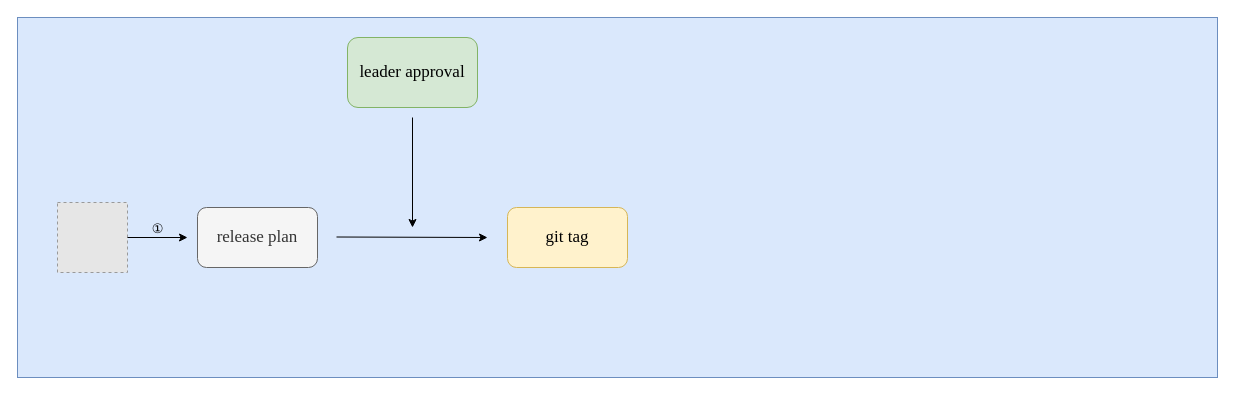
Before: configs-infra-cd.drawio in YanshanSong/draw.io, a draw.io diagram. Source tidied: cells renumbered, new cells numbered last; positions are measured from the earlier drawing's top-left corner, leaving out a move shared by most shapes. Both pictures are drawn from the tidied source at 100%, with x=0, y=0 at pixel (17, 17). Pictures stored in the file or linked from it are replaced by grey dashed boxes.
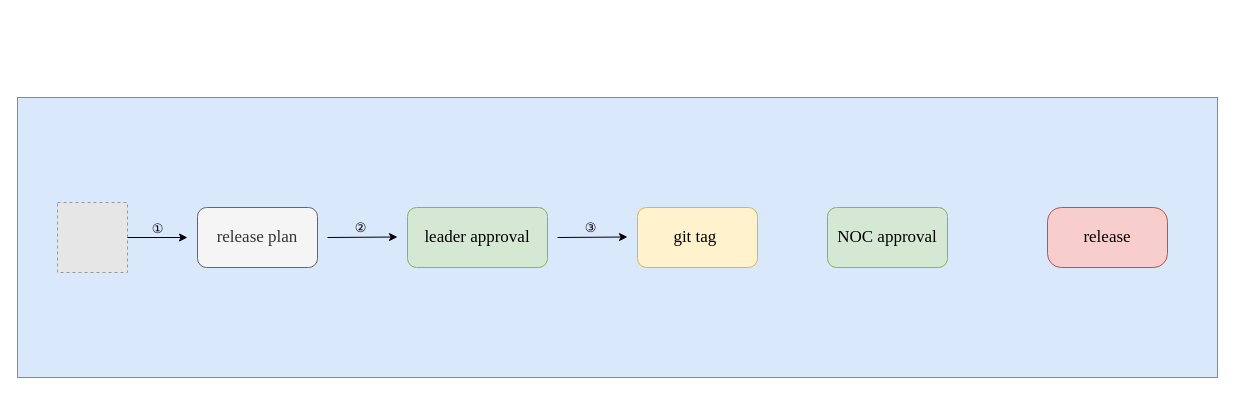
The same diagram, later.

The edit, as a diff of the source:
```diff
@@
 <mxGraphModel>
   <root>
     <mxCell id="0" />
     <mxCell id="1" parent="0" />
     <mxCell id="2" style="rounded=0;whiteSpace=wrap;html=1;fillColor=#dae8fc;strokeColor=#6c8ebf;fontFamily=Times New Roman;" parent="1" vertex="1">
-      <mxGeometry width="1200" height="360" as="geometry" />
+      <mxGeometry y="80" width="1200" height="280" as="geometry" />
     </mxCell>
     <mxCell id="3" style="fillColor=#E6E6E6;strokeColor=#999999;dashed=1;verticalLabelPosition=bottom;labelBackgroundColor=default;verticalAlign=top;fontFamily=Times New Roman;" parent="1" vertex="1">
       <mxGeometry x="40" y="185" width="70" height="70" as="geometry" />
     </mxCell>
     <mxCell id="4" value="release plan" style="rounded=1;whiteSpace=wrap;html=1;fillColor=#f5f5f5;strokeColor=#666666;fontFamily=Times New Roman;fontSize=17;fontColor=#333333;" parent="1" vertex="1">
       <mxGeometry x="180" y="190" width="120" height="60" as="geometry" />
     </mxCell>
     <mxCell id="5" style="endArrow=classic;html=1;rounded=0;exitX=1;exitY=0.5;exitDx=0;exitDy=0;fontFamily=Times New Roman;" parent="1" edge="1">
       <mxGeometry relative="1" as="geometry">
         <mxPoint x="110" y="220" as="sourcePoint" />
         <mxPoint x="170" y="220" as="targetPoint" />
       </mxGeometry>
     </mxCell>
     <mxCell id="6" value="①" style="edgeLabel;html=1;align=center;verticalAlign=middle;labelBackgroundColor=none;fontFamily=Times New Roman;fontSize=13;" parent="5" vertex="1">
       <mxGeometry x="-0.3" y="4" relative="1" as="geometry">
         <mxPoint x="8" y="-6" as="offset" />
       </mxGeometry>
     </mxCell>
+    <mxCell id="10" value="leader approval" style="rounded=1;whiteSpace=wrap;html=1;fillColor=#d5e8d4;strokeColor=#82b366;fontFamily=Times New Roman;fontSize=17;" parent="1" vertex="1">
+      <mxGeometry x="390" y="190" width="140" height="60" as="geometry" />
+    </mxCell>
-    <mxCell id="7" value="git tag" style="rounded=1;whiteSpace=wrap;html=1;fillColor=#fff2cc;strokeColor=#d6b656;fontFamily=Times New Roman;fontSize=17;" parent="1" vertex="1">
-      <mxGeometry x="490" y="190" width="120" height="60" as="geometry" />
+    <mxCell id="7" value="git tag&amp;nbsp;" style="rounded=1;whiteSpace=wrap;html=1;fillColor=#fff2cc;strokeColor=#d6b656;fontFamily=Times New Roman;fontSize=17;" parent="1" vertex="1">
+      <mxGeometry x="620" y="190" width="120" height="60" as="geometry" />
     </mxCell>
-    <mxCell id="8" style="endArrow=classic;html=1;rounded=0;exitX=1;exitY=0.5;exitDx=0;exitDy=0;fontFamily=Times New Roman;" parent="1" edge="1">
-      <mxGeometry relative="1" as="geometry">
-        <mxPoint x="319" y="219.5" as="sourcePoint" />
-        <mxPoint x="470" y="220" as="targetPoint" />
-      </mxGeometry>
-    </mxCell>
-    <mxCell id="9" style="edgeStyle=orthogonalEdgeStyle;rounded=0;orthogonalLoop=1;jettySize=auto;html=1;fontFamily=Times New Roman;" parent="1" edge="1">
-      <mxGeometry relative="1" as="geometry">
-        <mxPoint x="395" y="100" as="sourcePoint" />
-        <mxPoint x="395" y="210" as="targetPoint" />
-      </mxGeometry>
-    </mxCell>
-    <mxCell id="10" value="leader&amp;nbsp;approval" style="rounded=1;whiteSpace=wrap;html=1;fillColor=#d5e8d4;strokeColor=#82b366;fontSize=17;fontFamily=Times New Roman;" parent="1" vertex="1">
-      <mxGeometry x="330" y="20" width="130" height="70" as="geometry" />
-    </mxCell>
+    <mxCell id="11" value="NOC approval" style="rounded=1;whiteSpace=wrap;html=1;fillColor=#d5e8d4;strokeColor=#82b366;fontFamily=Times New Roman;fontSize=17;" parent="1" vertex="1">
+      <mxGeometry x="810" y="190" width="120" height="60" as="geometry" />
+    </mxCell>
+    <mxCell id="12" value="release" style="rounded=1;whiteSpace=wrap;html=1;fillColor=#f8cecc;strokeColor=#b85450;fontFamily=Times New Roman;fontSize=17;arcSize=23;" parent="1" vertex="1">
+      <mxGeometry x="1030" y="190" width="120" height="60" as="geometry" />
+    </mxCell>
+    <mxCell id="13" style="endArrow=classic;html=1;rounded=0;fontFamily=Times New Roman;" parent="1" edge="1">
+      <mxGeometry relative="1" as="geometry">
+        <mxPoint x="310" y="220" as="sourcePoint" />
+        <mxPoint x="380" y="219.5" as="targetPoint" />
+      </mxGeometry>
+    </mxCell>
+    <mxCell id="14" value="②" style="edgeLabel;html=1;align=center;verticalAlign=middle;labelBackgroundColor=none;fontFamily=Times New Roman;fontSize=13;" parent="13" vertex="1">
+      <mxGeometry x="-0.3" y="4" relative="1" as="geometry">
+        <mxPoint x="8" y="-6" as="offset" />
+      </mxGeometry>
+    </mxCell>
+    <mxCell id="15" style="endArrow=classic;html=1;rounded=0;fontFamily=Times New Roman;" parent="1" edge="1">
+      <mxGeometry relative="1" as="geometry">
+        <mxPoint x="540" y="220" as="sourcePoint" />
+        <mxPoint x="610" y="219.5" as="targetPoint" />
+      </mxGeometry>
+    </mxCell>
+    <mxCell id="16" value="③" style="edgeLabel;html=1;align=center;verticalAlign=middle;labelBackgroundColor=none;fontFamily=Times New Roman;fontSize=13;" parent="15" vertex="1">
+      <mxGeometry x="-0.3" y="4" relative="1" as="geometry">
+        <mxPoint x="8" y="-6" as="offset" />
+      </mxGeometry>
+    </mxCell>
   </root>
 </mxGraphModel>
```
